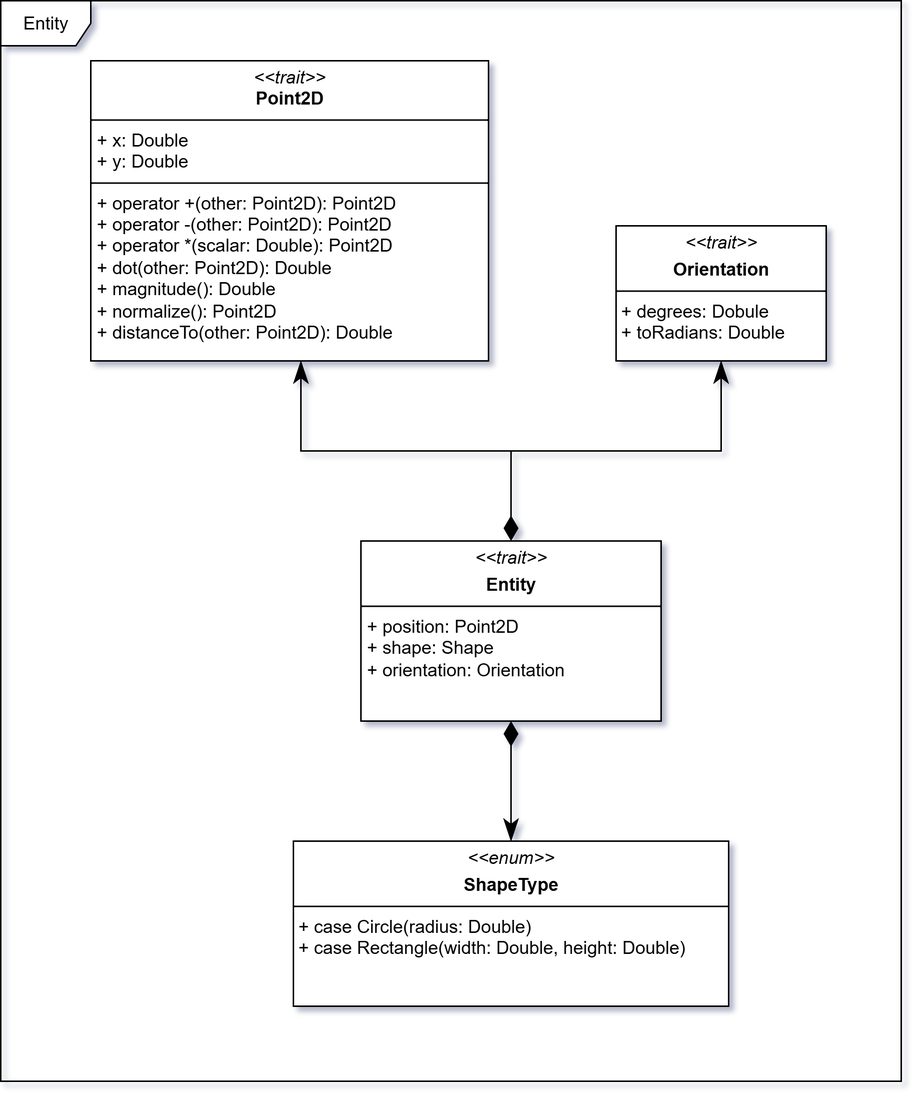
The draw.io diagram docs/static/img/04-detailed-design/entity.png in Scala-Robotics-Simulator/PPS-22-srs, before a commit. Source tidied: cells renumbered, new cells last; positions are measured from the earlier drawing's top-left corner, leaving out a move shared by most shapes.
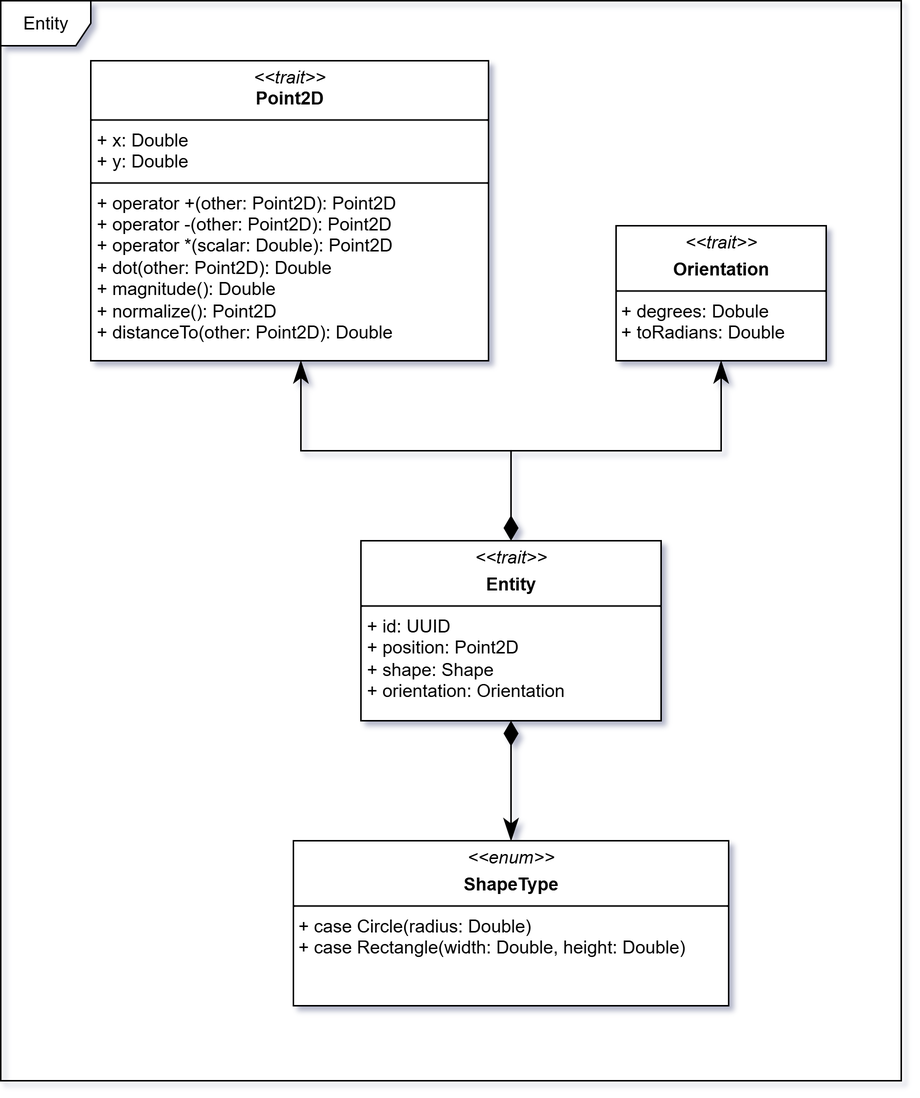
The same file after the commit.

The edit, as a diff of the source:
```diff
@@ -5,7 +5,7 @@
     <mxCell id="2" value="&lt;p style=&quot;margin:0px;margin-top:4px;text-align:center;&quot;&gt;&lt;i&gt;&amp;lt;&amp;lt;enum&amp;gt;&amp;gt;&lt;/i&gt;&lt;/p&gt;&lt;p style=&quot;margin:0px;margin-top:4px;text-align:center;&quot;&gt;&lt;b&gt;ShapeType&lt;/b&gt;&lt;/p&gt;&lt;hr size=&quot;1&quot; style=&quot;border-style:solid;&quot;&gt;&amp;nbsp;+ case Circle(radius: Double)&lt;div&gt;&amp;nbsp;+ case Rectangle(width: Double, height: Double)&lt;/div&gt;" style="verticalAlign=top;align=left;overflow=fill;html=1;whiteSpace=wrap;" parent="1" vertex="1">
       <mxGeometry x="195" y="560" width="290" height="110" as="geometry" />
     </mxCell>
-    <mxCell id="3" value="&lt;p style=&quot;margin:0px;margin-top:4px;text-align:center;&quot;&gt;&lt;i&gt;&amp;lt;&amp;lt;trait&amp;gt;&amp;gt;&lt;/i&gt;&lt;/p&gt;&lt;p style=&quot;margin:0px;margin-top:4px;text-align:center;&quot;&gt;&lt;b&gt;Entity&lt;/b&gt;&lt;/p&gt;&lt;hr size=&quot;1&quot; style=&quot;border-style:solid;&quot;&gt;&lt;p style=&quot;margin:0px;margin-left:4px;&quot;&gt;+ position: Point2D&lt;/p&gt;&lt;p style=&quot;margin:0px;margin-left:4px;&quot;&gt;+ shape: Shape&lt;/p&gt;&lt;p style=&quot;margin:0px;margin-left:4px;&quot;&gt;+ orientation: Orientation&lt;/p&gt;" style="verticalAlign=top;align=left;overflow=fill;html=1;whiteSpace=wrap;" parent="1" vertex="1">
+    <mxCell id="3" value="&lt;p style=&quot;margin:0px;margin-top:4px;text-align:center;&quot;&gt;&lt;i&gt;&amp;lt;&amp;lt;trait&amp;gt;&amp;gt;&lt;/i&gt;&lt;/p&gt;&lt;p style=&quot;margin:0px;margin-top:4px;text-align:center;&quot;&gt;&lt;b&gt;Entity&lt;/b&gt;&lt;/p&gt;&lt;hr size=&quot;1&quot; style=&quot;border-style:solid;&quot;&gt;&lt;p style=&quot;margin:0px;margin-left:4px;&quot;&gt;+ id: UUID&lt;/p&gt;&lt;p style=&quot;margin:0px;margin-left:4px;&quot;&gt;+ position: Point2D&lt;/p&gt;&lt;p style=&quot;margin:0px;margin-left:4px;&quot;&gt;+ shape: Shape&lt;/p&gt;&lt;p style=&quot;margin:0px;margin-left:4px;&quot;&gt;+ orientation: Orientation&lt;/p&gt;" style="verticalAlign=top;align=left;overflow=fill;html=1;whiteSpace=wrap;" parent="1" vertex="1">
       <mxGeometry x="240" y="360" width="200" height="120" as="geometry" />
     </mxCell>
     <mxCell id="4" style="edgeStyle=orthogonalEdgeStyle;rounded=0;jettySize=auto;html=1;endArrow=none;endFill=0;startArrow=classicThin;startFill=1;startSize=12;endSize=12;exitX=0.5;exitY=1;exitDx=0;exitDy=0;" parent="1" edge="1" source="5">
```
